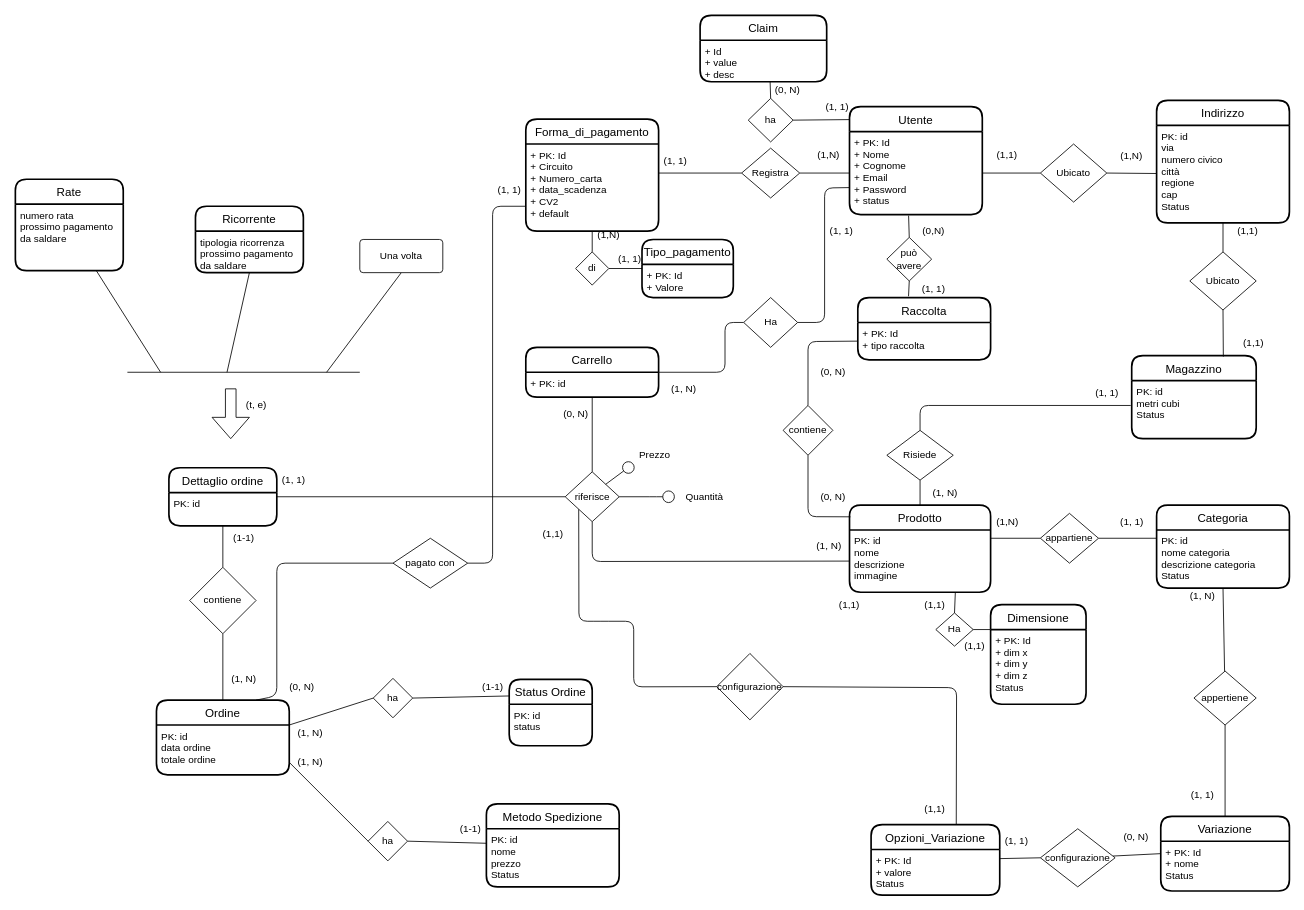
This is doc/schema_concettuale.drawio from EndriDomiUni/E-commerce, a draw.io file, before an edit. Source tidied: cells renumbered, new cells numbered last; positions are measured from the earlier drawing's top-left corner, leaving out a move shared by most shapes. Both pictures are drawn from the tidied source at 83%, with x=0, y=0 at pixel (15, 15).
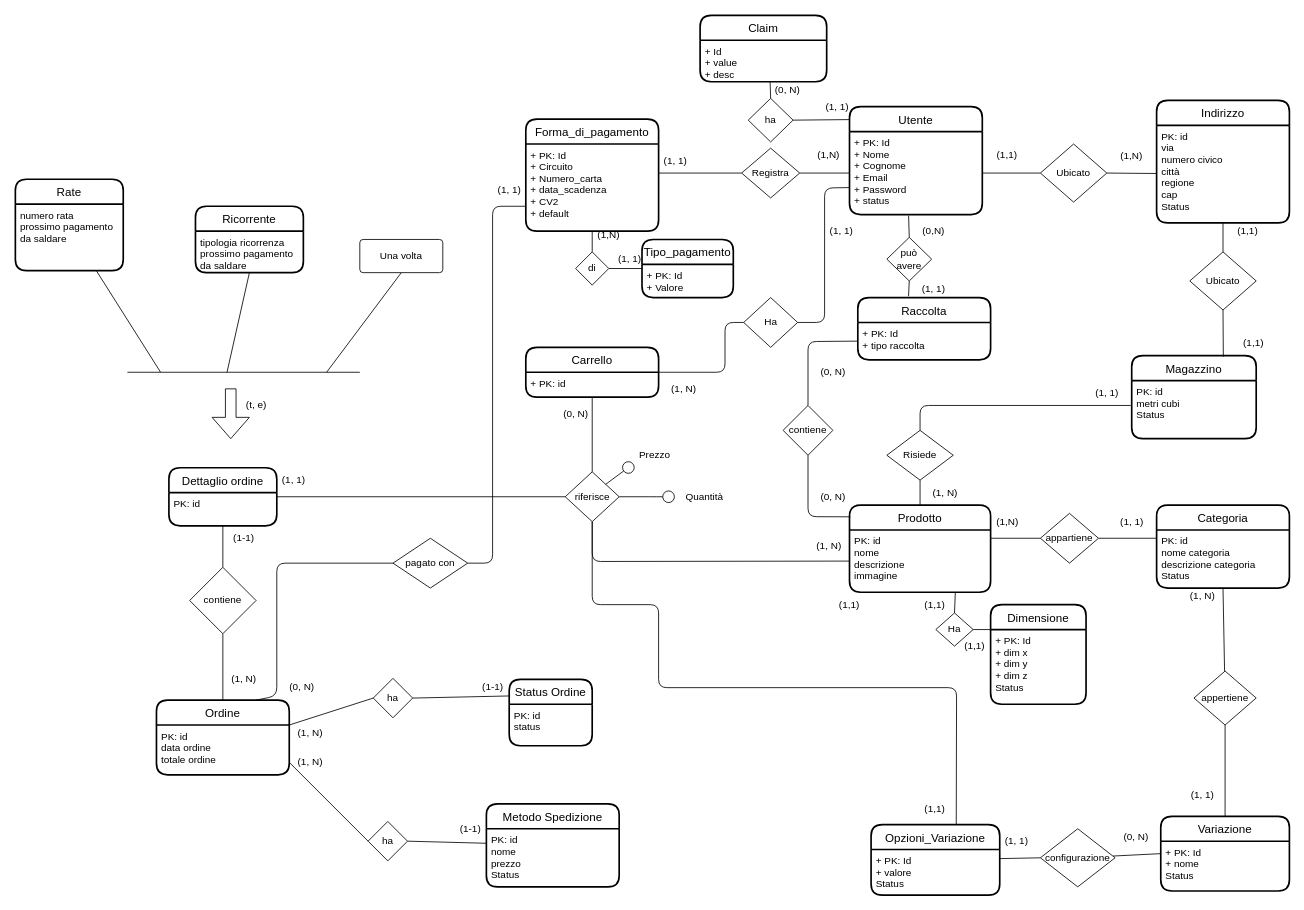
After the change.

Commit message (it also covers changes not shown here):
Update schema_concettuale and add schema_scheletro

The change refers to these unchanged cells:
```xml
<mxCell id="37" value="Opzioni_Variazione" style="swimlane;horizontal=1;startSize=30;rounded=1;fontSize=14;fontStyle=0;strokeWidth=2;shadow=0;dashed=0;align=center;" parent="1" vertex="1">
  <mxGeometry x="1031" y="975" width="155" height="85" as="geometry" />
</mxCell>
<mxCell id="58" value="riferisce" style="shape=rhombus;perimeter=rhombusPerimeter;whiteSpace=wrap;html=1;align=center;" parent="1" vertex="1">
  <mxGeometry x="662.5" y="550" width="65" height="60" as="geometry" />
</mxCell>
```

What changed in the source:
```diff
@@
-    <mxCell id="57" style="edgeStyle=none;html=1;exitX=0;exitY=1;exitDx=0;exitDy=0;entryX=0;entryY=0.5;entryDx=0;entryDy=0;startArrow=none;startFill=0;endArrow=none;endFill=0;" parent="1" edge="1" source="58" target="98">
-      <mxGeometry relative="1" as="geometry">
-        <Array as="points">
-          <mxPoint x="679" y="730" />
-          <mxPoint x="705" y="730" />
-          <mxPoint x="745" y="730" />
-          <mxPoint x="745" y="809" />
-        </Array>
-      </mxGeometry>
-    </mxCell>
@@
-    <mxCell id="74" style="edgeStyle=none;html=1;entryX=0.662;entryY=0;entryDx=0;entryDy=0;entryPerimeter=0;startArrow=none;startFill=0;endArrow=none;endFill=0;exitX=1;exitY=0.5;exitDx=0;exitDy=0;" parent="1" edge="1" source="98" target="37">
+    <mxCell id="74" style="edgeStyle=none;html=1;entryX=0.662;entryY=0;entryDx=0;entryDy=0;entryPerimeter=0;startArrow=none;startFill=0;endArrow=none;endFill=0;exitX=0.5;exitY=1;exitDx=0;exitDy=0;" parent="1" edge="1" source="58" target="37">
       <mxGeometry relative="1" as="geometry">
         <Array as="points">
+          <mxPoint x="695" y="710" />
+          <mxPoint x="775" y="710" />
+          <mxPoint x="775" y="810" />
           <mxPoint x="1134" y="810" />
         </Array>
       </mxGeometry>
     </mxCell>
@@
-    <mxCell id="98" value="configurazione" style="rhombus;whiteSpace=wrap;html=1;" parent="1" vertex="1">
-      <mxGeometry x="845" y="768.8" width="80" height="80" as="geometry" />
-    </mxCell>
@@
-    <mxCell id="148" value="(1,1)" style="text;html=1;strokeColor=none;fillColor=none;align=center;verticalAlign=middle;whiteSpace=wrap;rounded=0;" parent="1" vertex="1">
-      <mxGeometry x="617.5" y="610" width="60" height="30" as="geometry" />
-    </mxCell>
```
